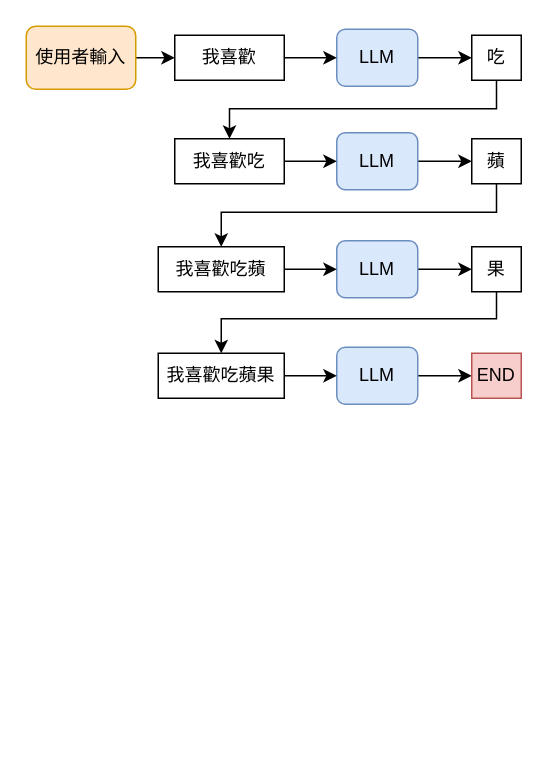
Before: it-ironman.drawio in yenslife/it-ironman-2024, a draw.io diagram. Source tidied: cells renumbered, new cells numbered last; positions are measured from the earlier drawing's top-left corner, leaving out a move shared by most shapes. Both pictures are drawn from the tidied source at 150%, with x=0, y=0 at pixel (26, 26). Pictures stored in the file or linked from it are replaced by grey dashed boxes.
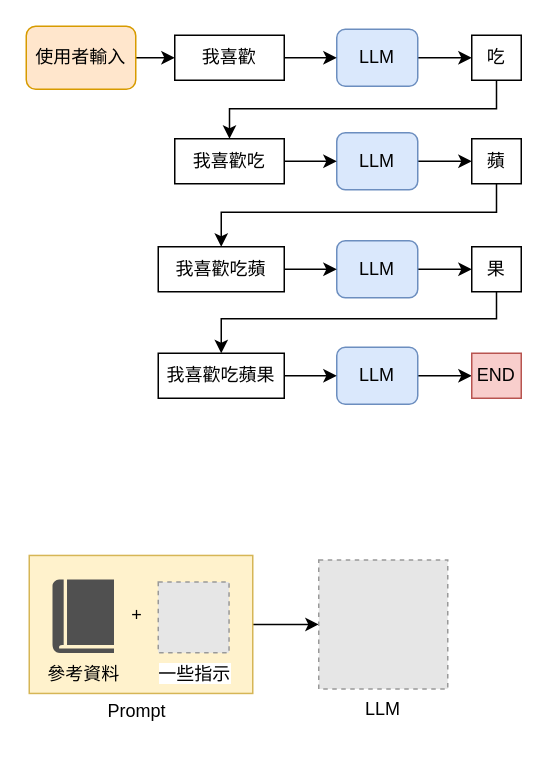
Above is the later version.

The edit, as a diff of the source:
```diff
@@
+    <mxCell id="27" style="edgeStyle=orthogonalEdgeStyle;rounded=0;jettySize=auto;html=1;entryX=0;entryY=0.5;entryDx=0;entryDy=0;" parent="1" edge="1" source="28" target="32">
+      <mxGeometry relative="1" as="geometry" />
+    </mxCell>
+    <mxCell id="28" style="rounded=0;whiteSpace=wrap;html=1;fillColor=#fff2cc;strokeColor=#d6b656;" parent="1" vertex="1">
+      <mxGeometry x="2" y="352.8" width="149" height="92" as="geometry" />
+    </mxCell>
@@
+    <mxCell id="29" value="參考資料" style="sketch=0;shadow=0;dashed=0;html=1;strokeColor=none;fillColor=#505050;labelPosition=center;verticalLabelPosition=bottom;verticalAlign=top;align=center;shape=mxgraph.office.concepts.book_journal;" parent="1" vertex="1">
+      <mxGeometry x="17.5" y="368.8" width="41" height="49" as="geometry" />
+    </mxCell>
+    <mxCell id="30" value="+" style="text;html=1;align=center;verticalAlign=middle;whiteSpace=wrap;rounded=0;" parent="1" vertex="1">
+      <mxGeometry x="44" y="378.2" width="60" height="30" as="geometry" />
+    </mxCell>
+    <mxCell id="31" value="Prompt" style="text;html=1;align=center;verticalAlign=middle;whiteSpace=wrap;rounded=0;" parent="1" vertex="1">
+      <mxGeometry x="44" y="441.8" width="60" height="30" as="geometry" />
+    </mxCell>
+    <mxCell id="32" value="LLM" style="fillColor=#E6E6E6;strokeColor=#999999;dashed=1;verticalLabelPosition=bottom;labelBackgroundColor=default;verticalAlign=top;" parent="1" vertex="1">
+      <mxGeometry x="195" y="355.8" width="86" height="86" as="geometry" />
+    </mxCell>
+    <mxCell id="33" value="一些指示" style="fillColor=#E6E6E6;strokeColor=#999999;dashed=1;html=1;verticalAlign=top;verticalLabelPosition=bottom;labelBackgroundColor=#ffffff;" parent="1" vertex="1">
+      <mxGeometry x="88" y="370.5" width="47.2" height="47.2" as="geometry" />
+    </mxCell>
```
